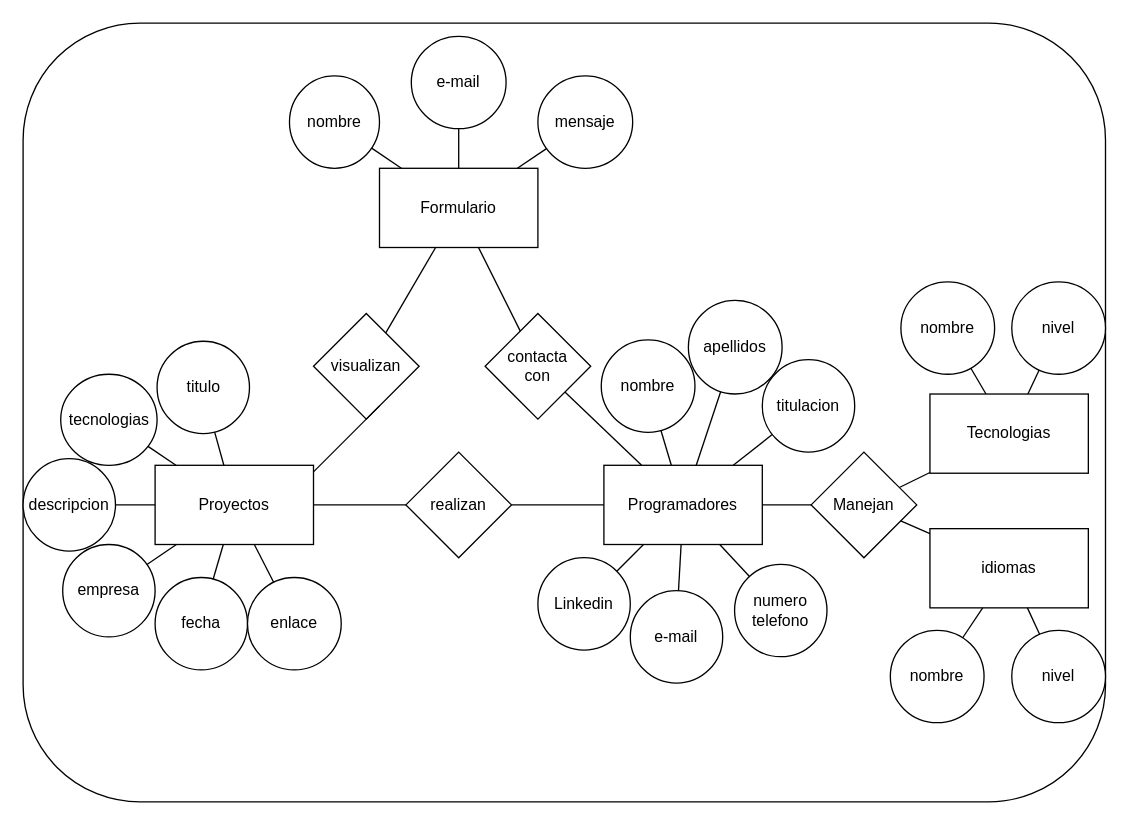
The draw.io diagram Modelado_de_datos/Portfolio.drawio in Nicolas-1400/Porfolio, before the edit. Source tidied: cells renumbered, new cells numbered last; positions are measured from the earlier drawing's top-left corner, leaving out a move shared by most shapes. Both pictures are drawn from the tidied source at 132%, with x=0, y=0 at pixel (22, 22).
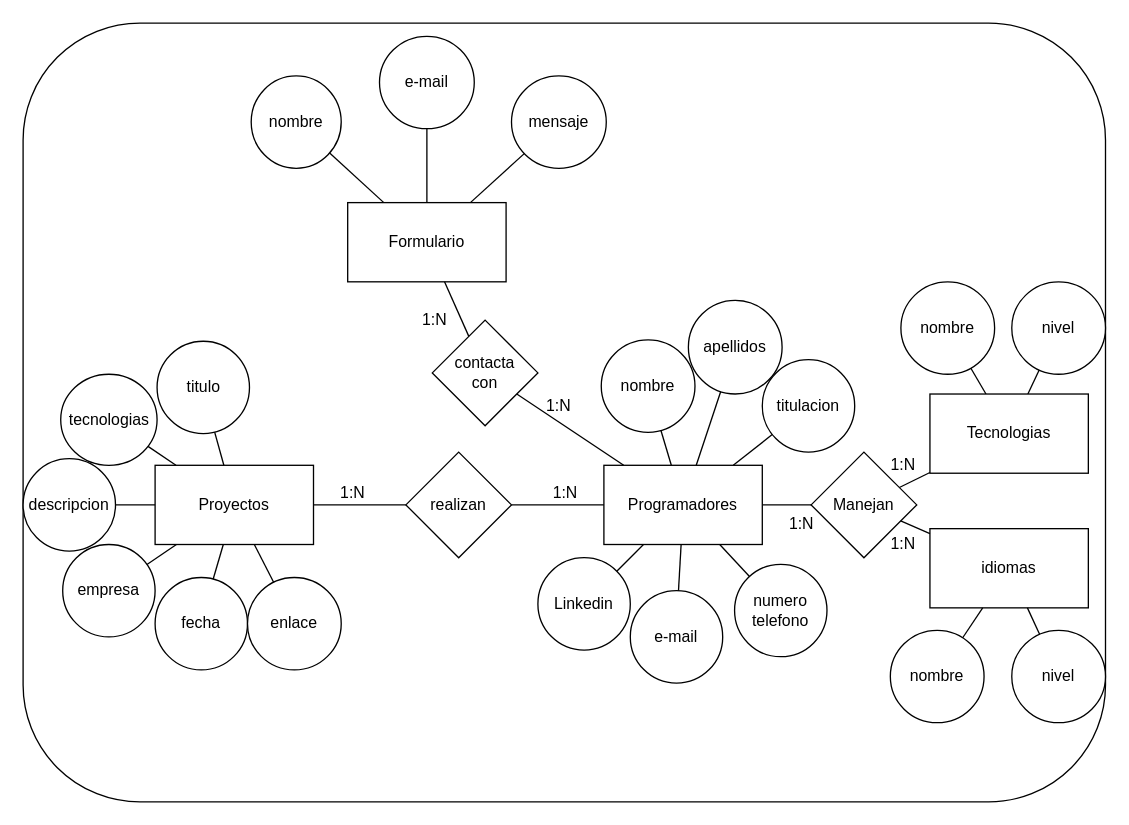
After the change.

Commit message (it also covers changes not shown here):
Actualizado diagrama de ER

What changed in the source:
```diff
@@
     <mxCell id="16" value="Formulario" style="rounded=0;whiteSpace=wrap;html=1;" parent="1" vertex="1">
-      <mxGeometry x="270" y="110" width="120" height="60" as="geometry" />
+      <mxGeometry x="245.9" y="136" width="120" height="60" as="geometry" />
     </mxCell>
     <mxCell id="17" value="nombre" style="ellipse;whiteSpace=wrap;html=1;" parent="1" vertex="1">
-      <mxGeometry x="201.8" y="40" width="68.2" height="70" as="geometry" />
+      <mxGeometry x="172.8" y="40" width="68.2" height="70" as="geometry" />
     </mxCell>
     <mxCell id="18" value="e-mail" style="ellipse;whiteSpace=wrap;html=1;" parent="1" vertex="1">
-      <mxGeometry x="294.1" y="10" width="71.8" height="70" as="geometry" />
+      <mxGeometry x="270" y="10" width="71.8" height="70" as="geometry" />
     </mxCell>
     <mxCell id="19" value="mensaje" style="ellipse;whiteSpace=wrap;html=1;" parent="1" vertex="1">
-      <mxGeometry x="390" y="40" width="71.8" height="70" as="geometry" />
+      <mxGeometry x="370" y="40" width="71.8" height="70" as="geometry" />
     </mxCell>
-    <mxCell id="20" value="visualizan" style="rhombus;whiteSpace=wrap;html=1;" parent="1" vertex="1">
-      <mxGeometry x="220" y="220" width="80" height="80" as="geometry" />
-    </mxCell>
@@
     <mxCell id="22" value="contacta&lt;div&gt;con&lt;/div&gt;" style="rhombus;whiteSpace=wrap;html=1;" parent="1" vertex="1">
-      <mxGeometry x="350" y="220" width="80" height="80" as="geometry" />
+      <mxGeometry x="310" y="225" width="80" height="80" as="geometry" />
     </mxCell>
-    <mxCell id="23" style="endArrow=none;html=1;rounded=0;" parent="1" edge="1" source="20" target="16">
-      <mxGeometry relative="1" as="geometry" />
-    </mxCell>
@@
-    <mxCell id="25" style="endArrow=none;html=1;rounded=0;" parent="1" edge="1">
-      <mxGeometry relative="1" as="geometry">
-        <mxPoint x="220" y="340" as="sourcePoint" />
-        <mxPoint x="270" y="290" as="targetPoint" />
-      </mxGeometry>
-    </mxCell>
@@
+    <mxCell id="59" value="1:N" style="text;html=1;whiteSpace=wrap;strokeColor=none;fillColor=none;align=center;verticalAlign=middle;rounded=0;" parent="1" vertex="1">
+      <mxGeometry x="381" y="341" width="60" height="30" as="geometry" />
+    </mxCell>
+    <mxCell id="60" value="1:N" style="text;html=1;whiteSpace=wrap;strokeColor=none;fillColor=none;align=center;verticalAlign=middle;rounded=0;" parent="1" vertex="1">
+      <mxGeometry x="281.8" y="210" width="60" height="30" as="geometry" />
+    </mxCell>
+    <mxCell id="61" value="1:N" style="text;html=1;whiteSpace=wrap;strokeColor=none;fillColor=none;align=center;verticalAlign=middle;rounded=0;" parent="1" vertex="1">
+      <mxGeometry x="560" y="365" width="60" height="30" as="geometry" />
+    </mxCell>
+    <mxCell id="62" value="1:N" style="text;html=1;whiteSpace=wrap;strokeColor=none;fillColor=none;align=center;verticalAlign=middle;rounded=0;" parent="1" vertex="1">
+      <mxGeometry x="637" y="320" width="60" height="30" as="geometry" />
+    </mxCell>
+    <mxCell id="63" value="1:N" style="text;html=1;whiteSpace=wrap;strokeColor=none;fillColor=none;align=center;verticalAlign=middle;rounded=0;" parent="1" vertex="1">
+      <mxGeometry x="637" y="380" width="60" height="30" as="geometry" />
+    </mxCell>
+    <mxCell id="64" value="1:N" style="text;html=1;whiteSpace=wrap;strokeColor=none;fillColor=none;align=center;verticalAlign=middle;rounded=0;" parent="1" vertex="1">
+      <mxGeometry x="220" y="341" width="60" height="30" as="geometry" />
+    </mxCell>
+    <mxCell id="65" value="1:N" style="text;html=1;whiteSpace=wrap;strokeColor=none;fillColor=none;align=center;verticalAlign=middle;rounded=0;" parent="1" vertex="1">
+      <mxGeometry x="375.9" y="275" width="60" height="30" as="geometry" />
+    </mxCell>
```
